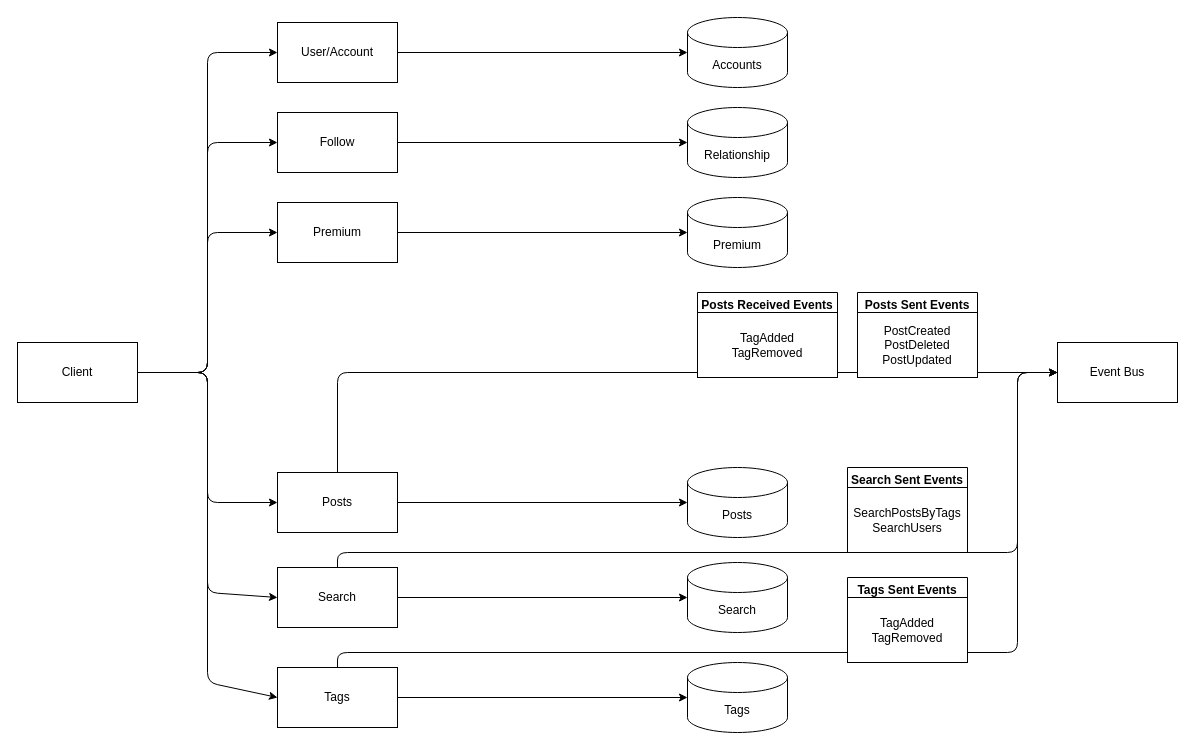
This is services.drawio from thevuong8000/497S, a draw.io file, before an edit. Source tidied: cells renumbered, new cells numbered last; positions are measured from the earlier drawing's top-left corner, leaving out a move shared by most shapes. Both pictures are drawn from the tidied source at 100%, with x=0, y=0 at pixel (17, 17).
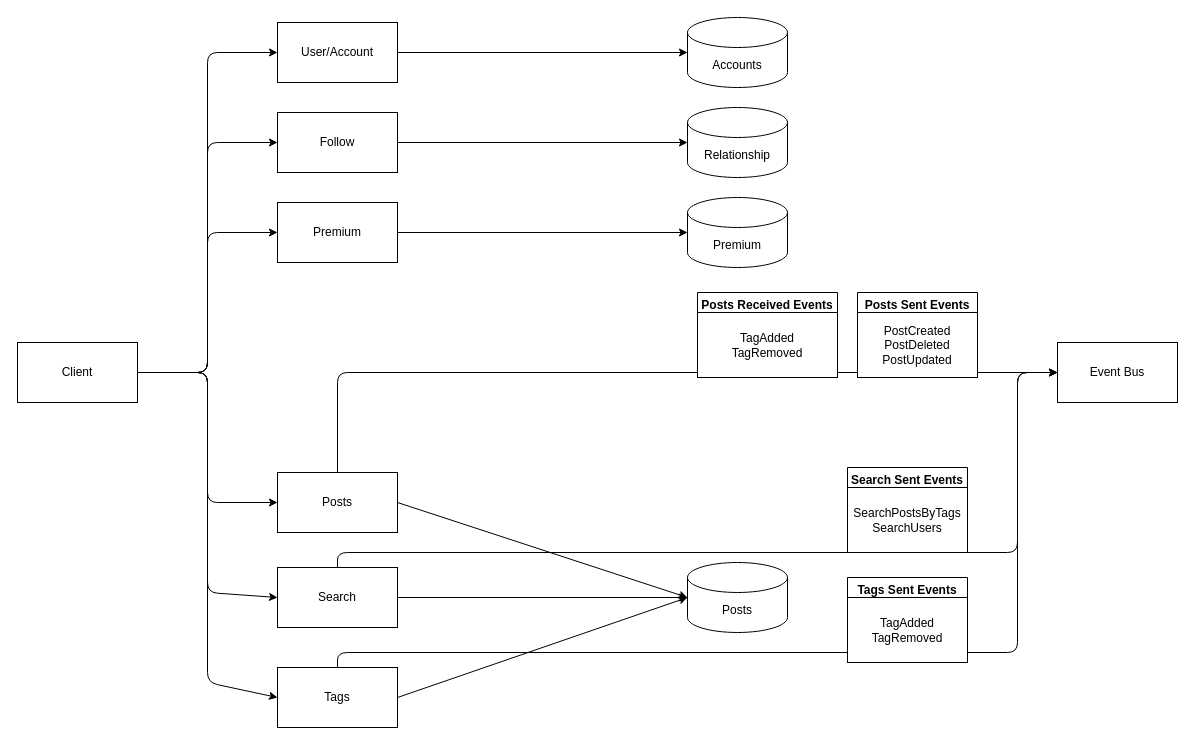
Above is the later version.

Commit message (it also covers changes not shown here):
added chart for services/databases

Unchanged cells that the change refers to:
```xml
<mxCell id="20" value="Tags" style="rounded=0;whiteSpace=wrap;html=1;" parent="1" vertex="1">
  <mxGeometry x="260" y="650" width="120" height="60" as="geometry" />
</mxCell>
<mxCell id="23" value="Search" style="rounded=0;whiteSpace=wrap;html=1;" parent="1" vertex="1">
  <mxGeometry x="260" y="550" width="120" height="60" as="geometry" />
</mxCell>
```

Change to the diagram source:
```diff
@@
-    <mxCell id="18" style="edgeStyle=none;html=1;exitX=1;exitY=0.5;exitDx=0;exitDy=0;entryX=0;entryY=0.5;entryDx=0;entryDy=0;entryPerimeter=0;" parent="1" edge="1" source="20" target="29">
+    <mxCell id="18" style="edgeStyle=none;html=1;exitX=1;exitY=0.5;exitDx=0;exitDy=0;entryX=0;entryY=0.5;entryDx=0;entryDy=0;entryPerimeter=0;" parent="1" edge="1" source="20" target="28">
       <mxGeometry relative="1" as="geometry" />
     </mxCell>
@@
-    <mxCell id="21" style="edgeStyle=none;html=1;exitX=1;exitY=0.5;exitDx=0;exitDy=0;" parent="1" edge="1" source="23" target="30">
+    <mxCell id="21" style="edgeStyle=none;html=1;exitX=1;exitY=0.5;exitDx=0;exitDy=0;entryX=0;entryY=0.5;entryDx=0;entryDy=0;entryPerimeter=0;" parent="1" edge="1" source="23" target="28">
       <mxGeometry relative="1" as="geometry" />
     </mxCell>
@@
     <mxCell id="28" value="Posts" style="shape=cylinder3;whiteSpace=wrap;html=1;boundedLbl=1;backgroundOutline=1;size=15;" parent="1" vertex="1">
-      <mxGeometry x="670" y="450" width="100" height="70" as="geometry" />
+      <mxGeometry x="670" y="545" width="100" height="70" as="geometry" />
     </mxCell>
-    <mxCell id="29" value="Tags" style="shape=cylinder3;whiteSpace=wrap;html=1;boundedLbl=1;backgroundOutline=1;size=15;" parent="1" vertex="1">
-      <mxGeometry x="670" y="645" width="100" height="70" as="geometry" />
-    </mxCell>
-    <mxCell id="30" value="Search" style="shape=cylinder3;whiteSpace=wrap;html=1;boundedLbl=1;backgroundOutline=1;size=15;" parent="1" vertex="1">
-      <mxGeometry x="670" y="545" width="100" height="70" as="geometry" />
-    </mxCell>
```
